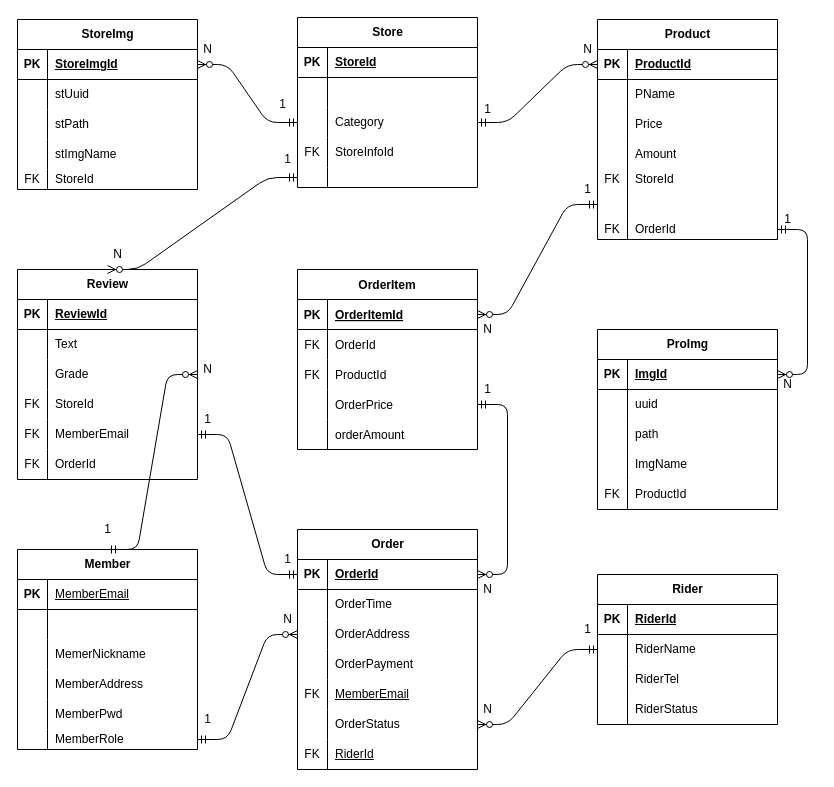
Before: target/classes/com/example/sijangtong/erd/sijangtong.drawio in brian110326/sijangtong, a draw.io diagram. Source tidied: cells renumbered, new cells numbered last; positions are measured from the earlier drawing's top-left corner, leaving out a move shared by most shapes. Both pictures are drawn from the tidied source at 100%, with x=0, y=0 at pixel (17, 17).
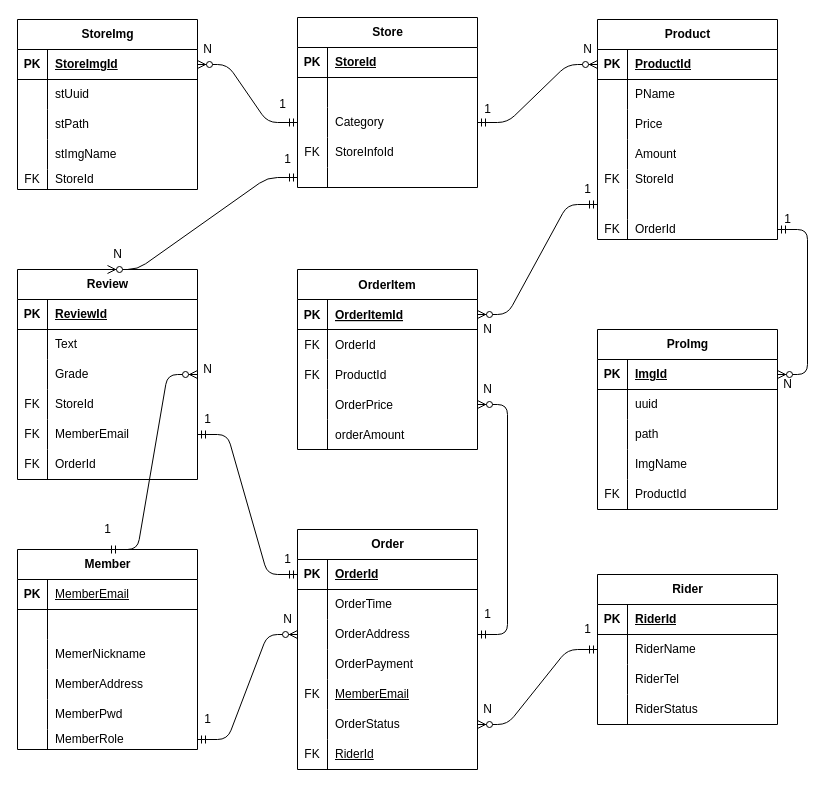
The same diagram, later.

Unchanged cells that the change refers to:
```xml
<mxCell id="60" style="shape=tableRow;horizontal=0;startSize=0;swimlaneHead=0;swimlaneBody=0;fillColor=none;points=[[0,0.5],[1,0.5]];portConstraint=eastwest;top=0;left=0;right=0;bottom=1;" parent="59" vertex="1">
  <mxGeometry y="30" width="180" height="30" as="geometry" />
</mxCell>
<mxCell id="66" style="shape=tableRow;horizontal=0;startSize=0;swimlaneHead=0;swimlaneBody=0;fillColor=none;points=[[0,0.5],[1,0.5]];portConstraint=eastwest;top=0;left=0;right=0;bottom=0;" parent="59" vertex="1">
  <mxGeometry y="90" width="180" height="30" as="geometry" />
</mxCell>
<mxCell id="126" style="shape=tableRow;horizontal=0;startSize=0;swimlaneHead=0;swimlaneBody=0;fillColor=none;points=[[0,0.5],[1,0.5]];portConstraint=eastwest;top=0;left=0;right=0;bottom=0;" parent="116" vertex="1">
  <mxGeometry y="120" width="180" height="30" as="geometry" />
</mxCell>
```

Change to the diagram source:
```diff
@@
-    <mxCell id="167" style="edgeStyle=entityRelationEdgeStyle;fontSize=12;html=1;endArrow=ERzeroToMany;startArrow=ERmandOne;exitX=1;exitY=0.5;exitDx=0;exitDy=0;entryX=1;entryY=0.5;entryDx=0;entryDy=0;" parent="1" edge="1" source="126" target="60">
-      <mxGeometry relative="1" as="geometry" />
-    </mxCell>
@@
-    <mxCell id="180" value="1" style="text;html=1;align=center;verticalAlign=middle;strokeColor=none;fillColor=none;" parent="1" vertex="1">
-      <mxGeometry x="455" y="357" width="30" height="30" as="geometry" />
-    </mxCell>
-    <mxCell id="181" value="N" style="text;html=1;align=center;verticalAlign=middle;strokeColor=none;fillColor=none;" parent="1" vertex="1">
-      <mxGeometry x="455" y="557" width="30" height="30" as="geometry" />
+    <mxCell id="181" value="1" style="text;html=1;align=center;verticalAlign=middle;strokeColor=none;fillColor=none;" parent="1" vertex="1">
+      <mxGeometry x="455" y="582" width="30" height="30" as="geometry" />
     </mxCell>
@@
+    <mxCell id="191" value="N" style="text;html=1;align=center;verticalAlign=middle;strokeColor=none;fillColor=none;" parent="1" vertex="1">
+      <mxGeometry x="455" y="357" width="30" height="30" as="geometry" />
+    </mxCell>
+    <mxCell id="192" style="edgeStyle=entityRelationEdgeStyle;fontSize=12;html=1;endArrow=ERzeroToMany;startArrow=ERmandOne;exitX=1;exitY=0.5;exitDx=0;exitDy=0;entryX=1;entryY=0.5;entryDx=0;entryDy=0;" parent="1" edge="1" source="66" target="126">
+      <mxGeometry relative="1" as="geometry" />
+    </mxCell>
```
